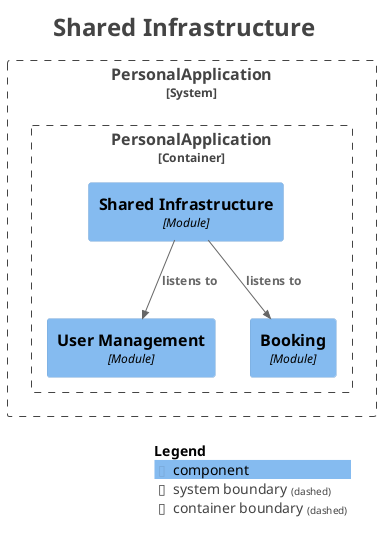
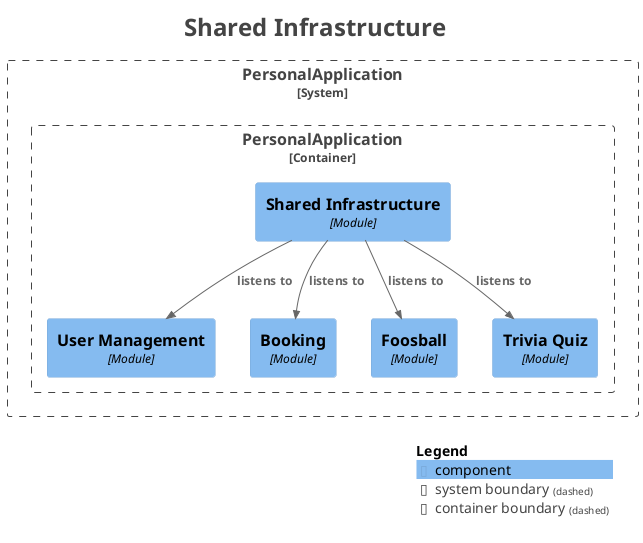
@startuml
title <size:24>Shared Infrastructure</size>

set separator none
top to bottom direction

<style>
  root {
    BackgroundColor: #ffffff
    FontColor: #444444
  }
</style>

!include <C4/C4>
!include <C4/C4_Context>
!include <C4/C4_Component>

System_Boundary("PersonalApplication_boundary", "PersonalApplication", $tags="") {
  Container_Boundary("PersonalApplication.PersonalApplication_boundary", "PersonalApplication", $tags="") {
    Component(PersonalApplication.PersonalApplication.UserManagement, "User Management", $techn="Module", $descr="", $tags="", $link="")
    Component(PersonalApplication.PersonalApplication.SharedInfrastructure, "Shared Infrastructure", $techn="Module", $descr="", $tags="", $link="")
    Component(PersonalApplication.PersonalApplication.Booking, "Booking", $techn="Module", $descr="", $tags="", $link="")
+     Component(PersonalApplication.PersonalApplication.Foosball, "Foosball", $techn="Module", $descr="", $tags="", $link="")
+     Component(PersonalApplication.PersonalApplication.TriviaQuiz, "Trivia Quiz", $techn="Module", $descr="", $tags="", $link="")
  }

}

+ Rel(PersonalApplication.PersonalApplication.SharedInfrastructure, PersonalApplication.PersonalApplication.Foosball, "listens to", $techn="", $tags="", $link="")
+ Rel(PersonalApplication.PersonalApplication.SharedInfrastructure, PersonalApplication.PersonalApplication.TriviaQuiz, "listens to", $techn="", $tags="", $link="")
Rel(PersonalApplication.PersonalApplication.SharedInfrastructure, PersonalApplication.PersonalApplication.UserManagement, "listens to", $techn="", $tags="", $link="")
Rel(PersonalApplication.PersonalApplication.SharedInfrastructure, PersonalApplication.PersonalApplication.Booking, "listens to", $techn="", $tags="", $link="")

SHOW_LEGEND(true)
hide stereotypes
@enduml